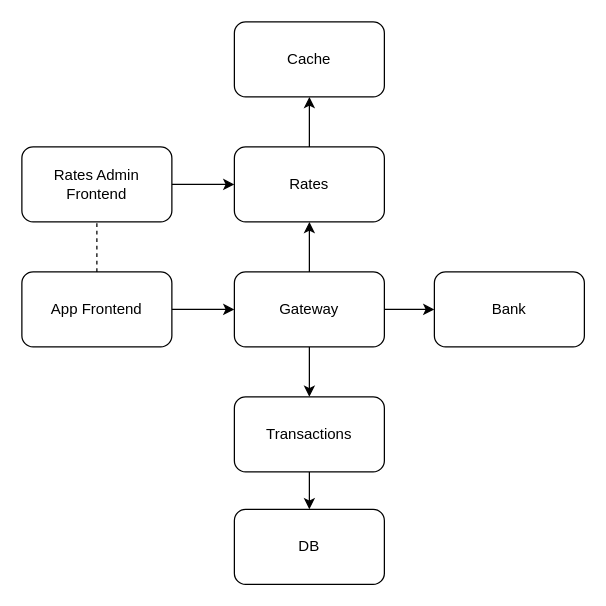
The draw.io diagram AppDiagram.drawio in GloMDK/gateway, before the edit. Source tidied: cells renumbered, new cells numbered last; positions are measured from the earlier drawing's top-left corner, leaving out a move shared by most shapes. Both pictures are drawn from the tidied source at 125%, with x=0, y=0 at pixel (21, 21).
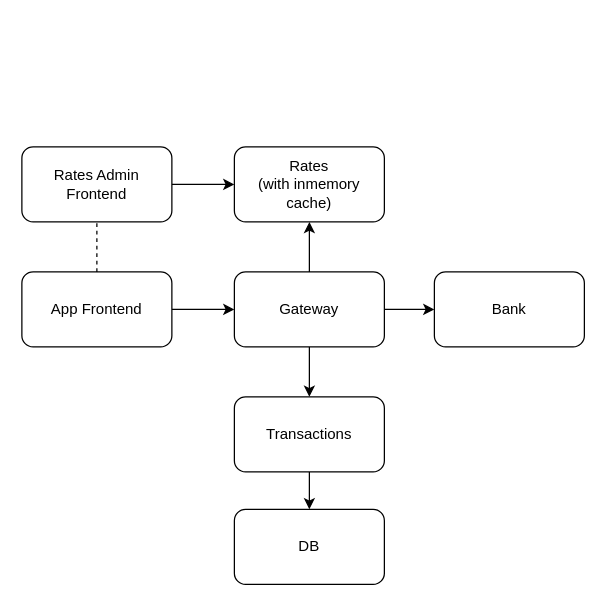
The same diagram, later.

Commit message (it also covers changes not shown here):
started with rates

What changed in the source:
```diff
@@
 <mxGraphModel>
   <root>
     <mxCell id="0" />
     <mxCell id="1" parent="0" />
     <mxCell id="2" style="edgeStyle=orthogonalEdgeStyle;rounded=0;jettySize=auto;html=1;" parent="1" edge="1" source="4" target="8">
       <mxGeometry relative="1" as="geometry" />
     </mxCell>
     <mxCell id="3" style="edgeStyle=orthogonalEdgeStyle;rounded=0;jettySize=auto;html=1;endArrow=none;startFill=0;dashed=1;" parent="1" edge="1" source="4" target="17">
       <mxGeometry relative="1" as="geometry" />
     </mxCell>
     <mxCell id="4" value="App Frontend" style="rounded=1;whiteSpace=wrap;html=1;" parent="1" vertex="1">
       <mxGeometry y="200" width="120" height="60" as="geometry" />
     </mxCell>
     <mxCell id="5" style="edgeStyle=orthogonalEdgeStyle;rounded=0;jettySize=auto;html=1;" parent="1" edge="1" source="8" target="10">
       <mxGeometry relative="1" as="geometry" />
     </mxCell>
     <mxCell id="6" style="edgeStyle=orthogonalEdgeStyle;rounded=0;jettySize=auto;html=1;" parent="1" edge="1" source="8" target="13">
       <mxGeometry relative="1" as="geometry" />
     </mxCell>
     <mxCell id="7" style="edgeStyle=orthogonalEdgeStyle;rounded=0;jettySize=auto;html=1;" parent="1" edge="1" source="8" target="11">
       <mxGeometry relative="1" as="geometry" />
     </mxCell>
     <mxCell id="8" value="Gateway" style="rounded=1;whiteSpace=wrap;html=1;" parent="1" vertex="1">
       <mxGeometry x="170" y="200" width="120" height="60" as="geometry" />
     </mxCell>
-    <mxCell id="9" style="edgeStyle=orthogonalEdgeStyle;rounded=0;jettySize=auto;html=1;" parent="1" edge="1" source="10" target="15">
-      <mxGeometry relative="1" as="geometry" />
-    </mxCell>
-    <mxCell id="10" value="Rates" style="rounded=1;whiteSpace=wrap;html=1;" parent="1" vertex="1">
+    <mxCell id="10" value="Rates&lt;div&gt;(with inmemory cache)&lt;/div&gt;" style="rounded=1;whiteSpace=wrap;html=1;" parent="1" vertex="1">
       <mxGeometry x="170" y="100" width="120" height="60" as="geometry" />
     </mxCell>
     <mxCell id="11" value="Bank" style="rounded=1;whiteSpace=wrap;html=1;" parent="1" vertex="1">
       <mxGeometry x="330" y="200" width="120" height="60" as="geometry" />
     </mxCell>
     <mxCell id="12" style="edgeStyle=orthogonalEdgeStyle;rounded=0;jettySize=auto;html=1;" parent="1" edge="1" source="13" target="14">
       <mxGeometry relative="1" as="geometry" />
     </mxCell>
     <mxCell id="13" value="Transactions" style="rounded=1;whiteSpace=wrap;html=1;" parent="1" vertex="1">
       <mxGeometry x="170" y="300" width="120" height="60" as="geometry" />
     </mxCell>
     <mxCell id="14" value="DB" style="rounded=1;whiteSpace=wrap;html=1;" parent="1" vertex="1">
       <mxGeometry x="170" y="390" width="120" height="60" as="geometry" />
     </mxCell>
-    <mxCell id="15" value="Cache" style="rounded=1;whiteSpace=wrap;html=1;" parent="1" vertex="1">
-      <mxGeometry x="170" width="120" height="60" as="geometry" />
-    </mxCell>
     <mxCell id="16" style="edgeStyle=orthogonalEdgeStyle;rounded=0;jettySize=auto;html=1;" parent="1" edge="1" source="17" target="10">
       <mxGeometry relative="1" as="geometry" />
     </mxCell>
     <mxCell id="17" value="Rates Admin Frontend" style="rounded=1;whiteSpace=wrap;html=1;" parent="1" vertex="1">
       <mxGeometry y="100" width="120" height="60" as="geometry" />
     </mxCell>
   </root>
 </mxGraphModel>
```
